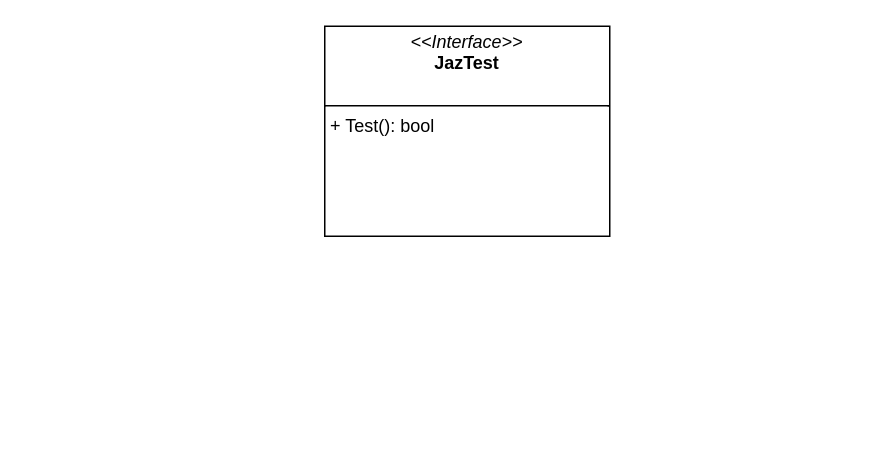
This is TestJaz-go.drawio from zukigit/design_structures, a draw.io file, before an edit. Source tidied: cells renumbered, new cells numbered last; positions are measured from the earlier drawing's top-left corner, leaving out a move shared by most shapes. Both pictures are drawn from the tidied source at 150%, with x=0, y=0 at pixel (324, 26).
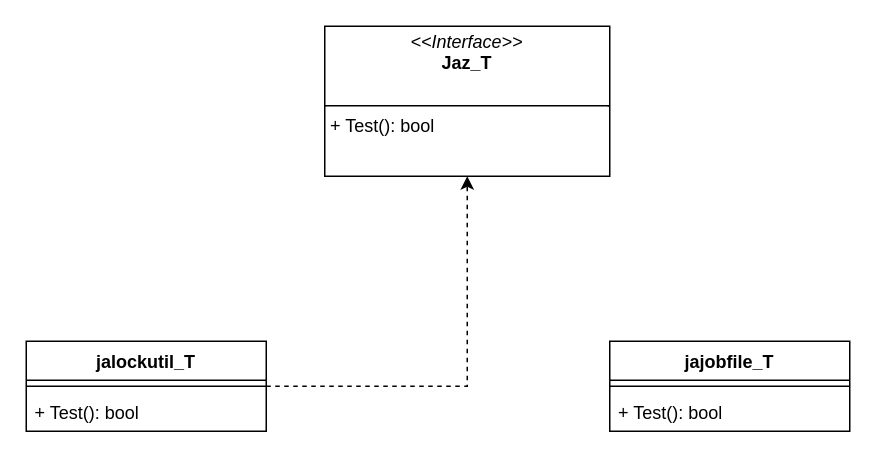
The same diagram, later.

Change to the diagram source:
```diff
@@
 <mxGraphModel>
   <root>
     <mxCell id="0" />
     <mxCell id="1" parent="0" />
-    <mxCell id="2" value="&lt;p style=&quot;margin:0px;margin-top:4px;text-align:center;&quot;&gt;&lt;i&gt;&amp;lt;&amp;lt;Interface&amp;gt;&amp;gt;&lt;/i&gt;&lt;br&gt;&lt;b&gt;JazTest&lt;/b&gt;&lt;/p&gt;&lt;br&gt;&lt;hr style=&quot;border-style:solid;&quot; size=&quot;1&quot;&gt;&lt;p style=&quot;margin:0px;margin-left:4px;&quot;&gt;+ Test(): bool&lt;br&gt;&lt;/p&gt;" style="verticalAlign=top;align=left;overflow=fill;html=1;whiteSpace=wrap;" parent="1" vertex="1">
-      <mxGeometry width="190" height="140" as="geometry" />
+    <mxCell id="2" value="&lt;p style=&quot;margin:0px;margin-top:4px;text-align:center;&quot;&gt;&lt;i&gt;&amp;lt;&amp;lt;Interface&amp;gt;&amp;gt;&lt;/i&gt;&lt;br&gt;&lt;b&gt;Jaz_T&lt;/b&gt;&lt;/p&gt;&lt;br&gt;&lt;hr style=&quot;border-style:solid;&quot; size=&quot;1&quot;&gt;&lt;p style=&quot;margin:0px;margin-left:4px;&quot;&gt;+ Test(): bool&lt;br&gt;&lt;/p&gt;" style="verticalAlign=top;align=left;overflow=fill;html=1;whiteSpace=wrap;" parent="1" vertex="1">
+      <mxGeometry width="190" height="100" as="geometry" />
     </mxCell>
+    <mxCell id="3" style="edgeStyle=orthogonalEdgeStyle;rounded=0;jettySize=auto;html=1;entryX=0.5;entryY=1;entryDx=0;entryDy=0;dashed=1;" parent="1" edge="1" source="4" target="2">
+      <mxGeometry relative="1" as="geometry" />
+    </mxCell>
+    <mxCell id="4" value="jalockutil_T" style="swimlane;fontStyle=1;align=center;verticalAlign=top;horizontal=1;startSize=26;whiteSpace=wrap;html=1;" parent="1" vertex="1">
+      <mxGeometry x="-199" y="210" width="160" height="60" as="geometry" />
+    </mxCell>
+    <mxCell id="5" style="line;strokeWidth=1;fillColor=none;align=left;verticalAlign=middle;spacingTop=-1;spacingLeft=3;spacingRight=3;labelPosition=right;strokeColor=inherit;" parent="4" vertex="1">
+      <mxGeometry y="26" width="160" height="8" as="geometry" />
+    </mxCell>
+    <mxCell id="6" value="+ Test(): bool" style="text;strokeColor=none;fillColor=none;align=left;verticalAlign=top;spacingLeft=4;spacingRight=4;overflow=hidden;whiteSpace=wrap;html=1;" parent="4" vertex="1">
+      <mxGeometry y="34" width="160" height="26" as="geometry" />
+    </mxCell>
+    <mxCell id="7" value="jajobfile_T" style="swimlane;fontStyle=1;align=center;verticalAlign=top;horizontal=1;startSize=26;whiteSpace=wrap;html=1;" parent="1" vertex="1">
+      <mxGeometry x="190" y="210" width="160" height="60" as="geometry" />
+    </mxCell>
+    <mxCell id="8" style="line;strokeWidth=1;fillColor=none;align=left;verticalAlign=middle;spacingTop=-1;spacingLeft=3;spacingRight=3;labelPosition=right;strokeColor=inherit;" parent="7" vertex="1">
+      <mxGeometry y="26" width="160" height="8" as="geometry" />
+    </mxCell>
+    <mxCell id="9" value="+ Test(): bool" style="text;strokeColor=none;fillColor=none;align=left;verticalAlign=top;spacingLeft=4;spacingRight=4;overflow=hidden;whiteSpace=wrap;html=1;" parent="7" vertex="1">
+      <mxGeometry y="34" width="160" height="26" as="geometry" />
+    </mxCell>
   </root>
 </mxGraphModel>
```
